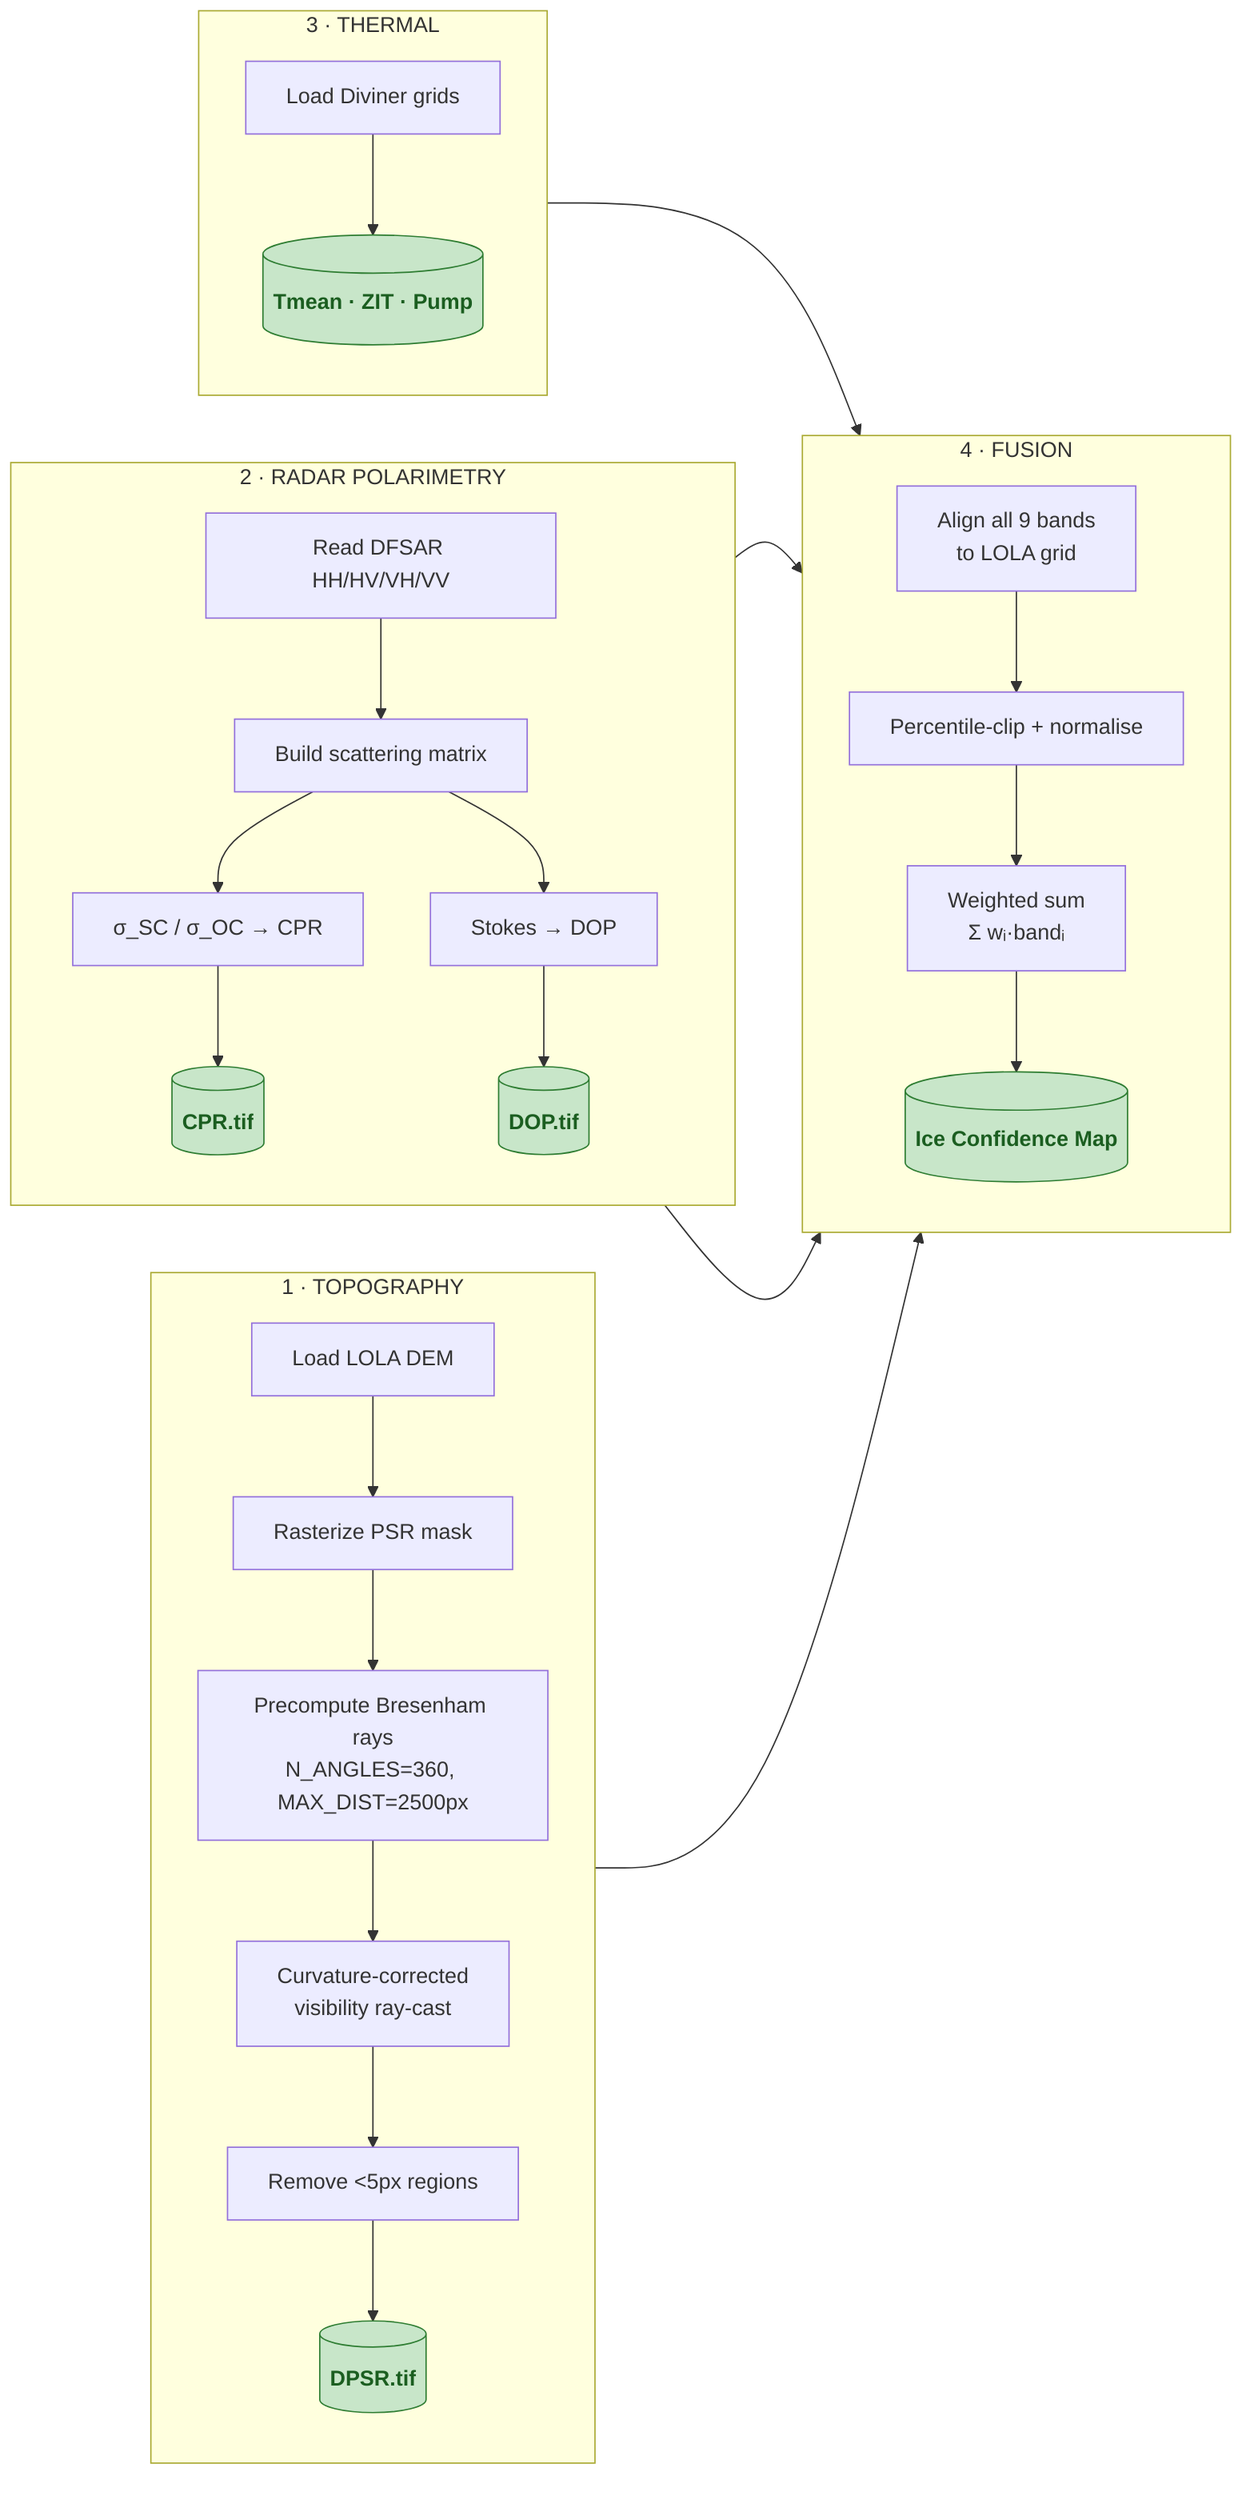
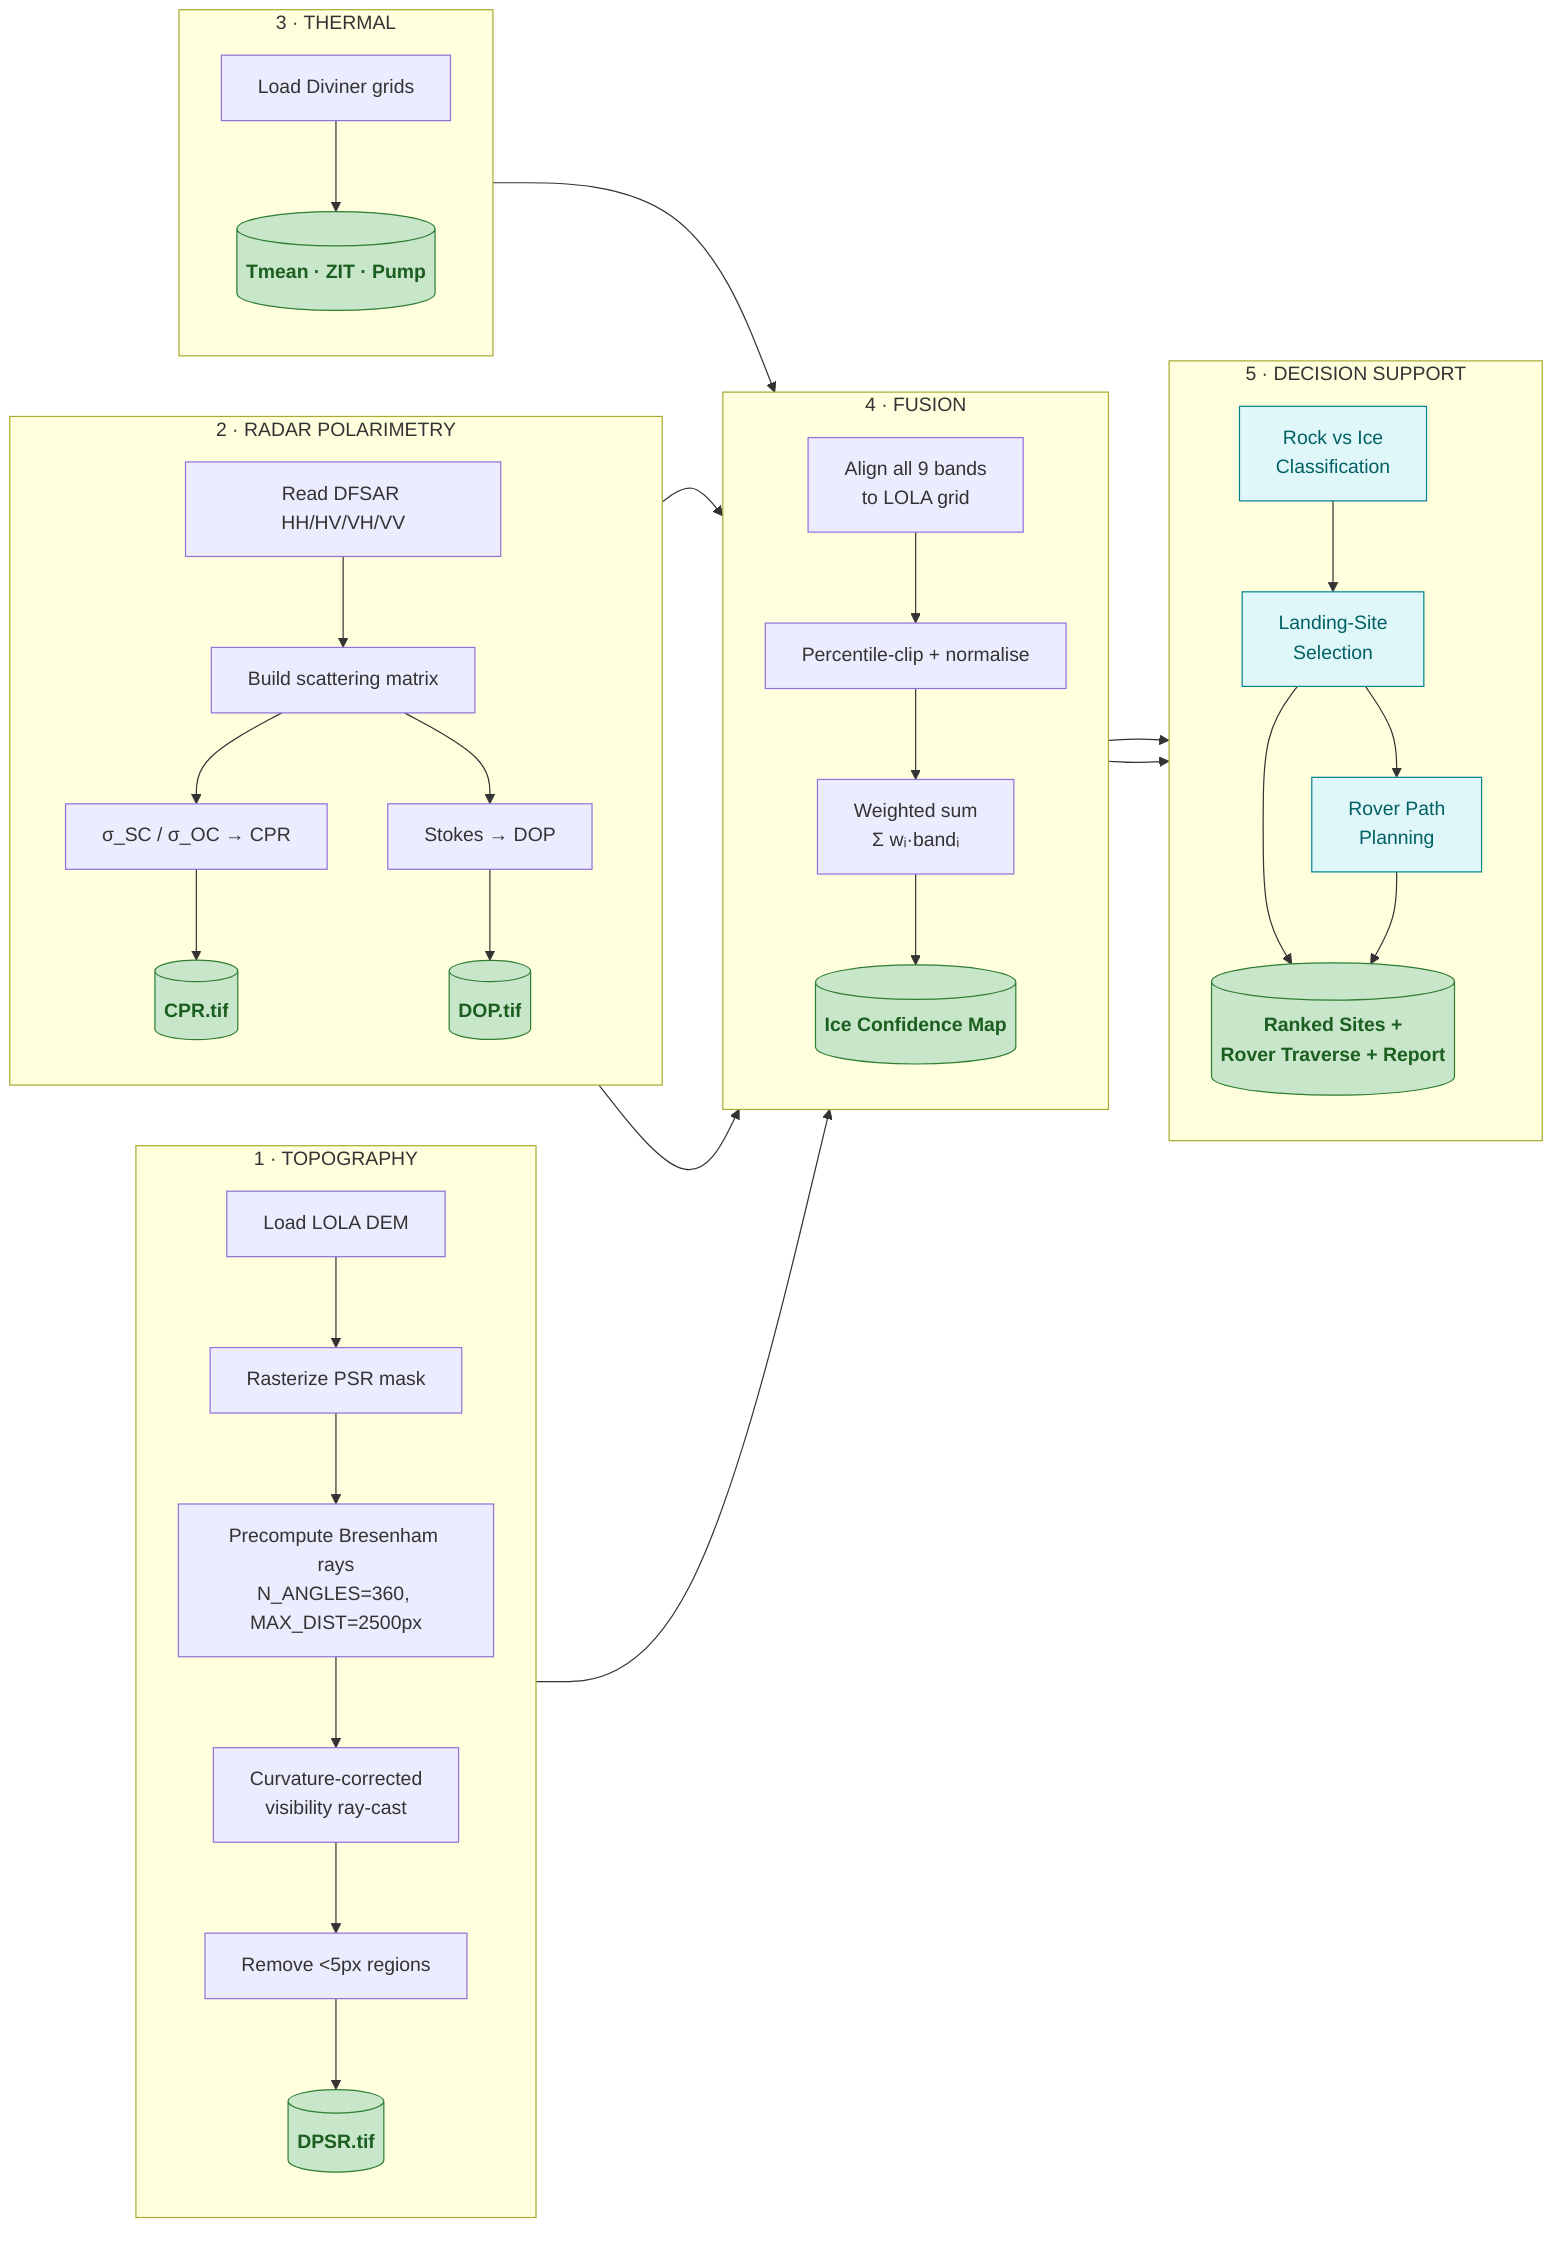
flowchart LR
    subgraph S1["1 · TOPOGRAPHY"]
        direction TB
        T1["Load LOLA DEM"] --> T2["Rasterize PSR mask"]
        T2 --> T3["Precompute Bresenham rays<br/>N_ANGLES=360, MAX_DIST=2500px"]
        T3 --> T4["Curvature-corrected<br/>visibility ray-cast"]
        T4 --> T5["Remove &lt;5px regions"]
        T5 --> T6[("DPSR.tif")]
    end

    subgraph S2["2 · RADAR POLARIMETRY"]
        direction TB
        R1["Read DFSAR HH/HV/VH/VV"] --> R2["Build scattering matrix"]
        R2 --> R3["σ_SC / σ_OC → CPR"]
        R2 --> R4["Stokes → DOP"]
        R3 --> R5[("CPR.tif")]
        R4 --> R6[("DOP.tif")]
    end

    subgraph S3["3 · THERMAL"]
        direction TB
        H1["Load Diviner grids"] --> H2[("Tmean · ZIT · Pump")]
    end

    subgraph S4["4 · FUSION"]
        direction TB
        F1["Align all 9 bands<br/>to LOLA grid"] --> F2["Percentile-clip + normalise"]
        F2 --> F3["Weighted sum<br/>Σ wᵢ·bandᵢ"]
        F3 --> F4[("Ice Confidence Map")]
    end

+     subgraph S5["5 · DECISION SUPPORT"]
+         direction TB
+         A1["Rock vs Ice<br/>Classification"]
+         A2["Landing-Site<br/>Selection"]
+         A3["Rover Path<br/>Planning"]
+         A9[("Ranked Sites +<br/>Rover Traverse + Report")]
+         A1 --> A2
+         A2 --> A3
+         A2 --> A9
+         A3 --> A9
+     end
+ 
    T6 --> F1
    R5 --> F1
    R6 --> F1
    H2 --> F1
+     F4 --> A1
+     F4 --> A2

    classDef db fill:#c8e6c9,stroke:#2e7d32,color:#1b5e20,font-weight:bold;
-     class T6,R5,R6,H2,F4 db;
+     classDef app fill:#e0f7fa,stroke:#00838f,color:#006064;
+     class T6,R5,R6,H2,F4,A9 db;
+     class A1,A2,A3 app;
